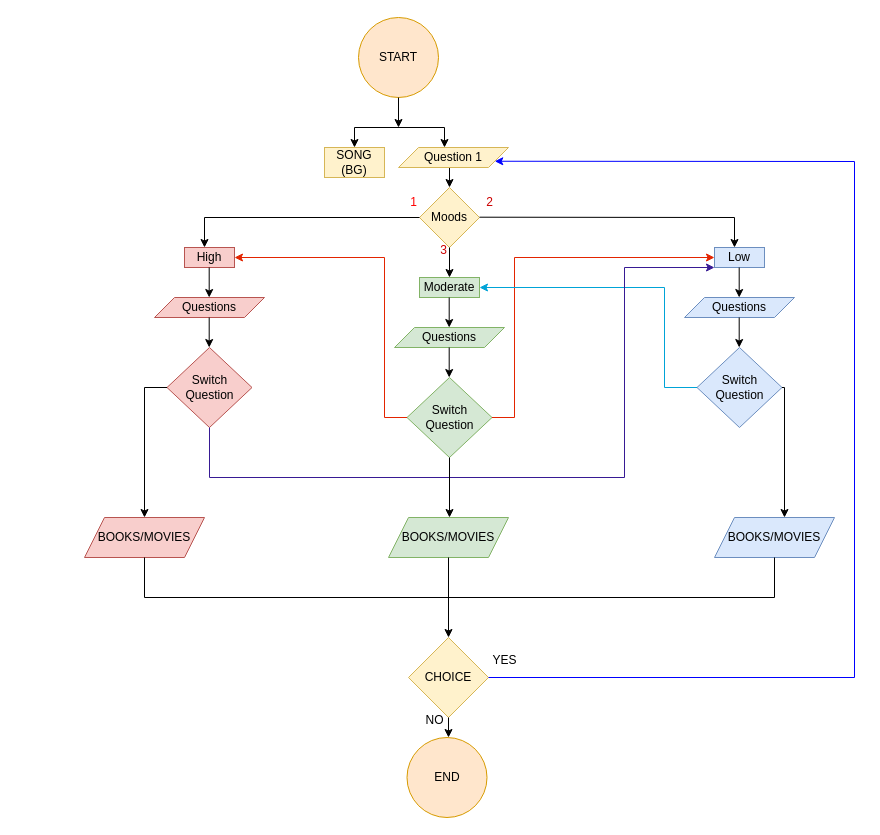
Jeevan-04/Catalyst keeps this draw.io diagram as Untitled Diagram.drawio. Above is the earlier version. Source tidied: cells renumbered, new cells numbered last; positions are measured from the earlier drawing's top-left corner, leaving out a move shared by most shapes. Both pictures are drawn from the tidied source at 100%, with x=0, y=0 at pixel (84, 17).
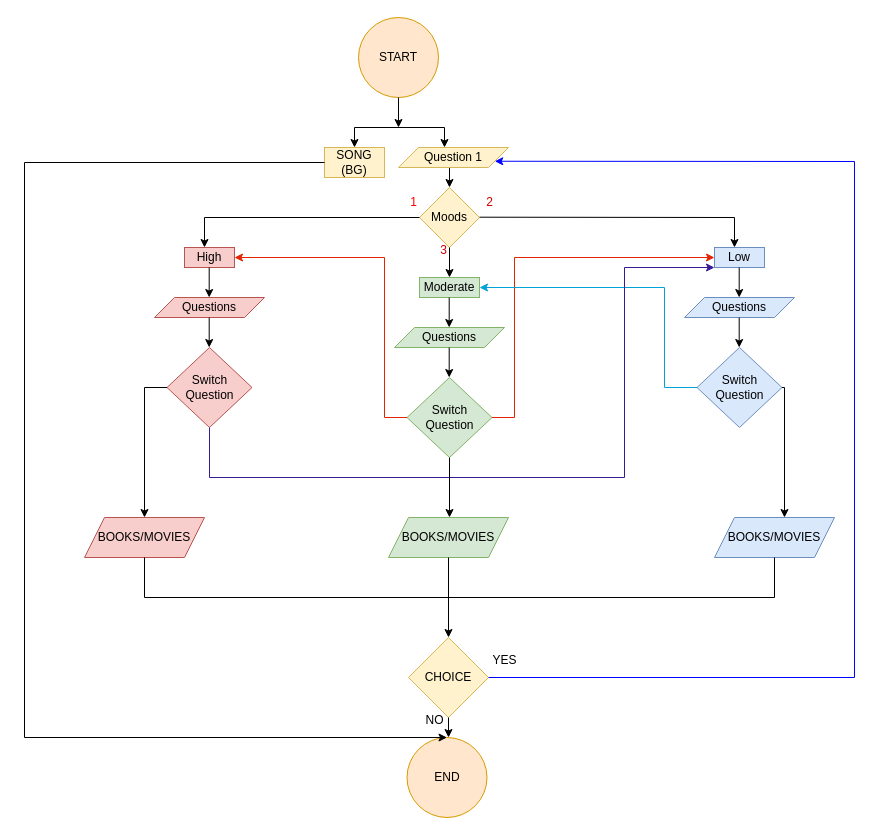
The same page after the edit.

The change refers to these unchanged cells:
```xml
<mxCell id="7" value="SONG (BG)" style="rounded=0;whiteSpace=wrap;html=1;fillColor=#fff2cc;strokeColor=#d6b656;" parent="1" vertex="1">
  <mxGeometry x="240" y="130" width="60" height="30" as="geometry" />
</mxCell>
<mxCell id="46" value="END" style="ellipse;whiteSpace=wrap;html=1;fillColor=#ffe6cc;strokeColor=#d79b00;" parent="1" vertex="1">
  <mxGeometry x="322.5" y="720" width="80" height="80" as="geometry" />
</mxCell>
```

The edit, as a diff of the source:
```diff
@@
+    <mxCell id="52" style="endArrow=classic;html=1;rounded=0;exitX=0;exitY=0.5;exitDx=0;exitDy=0;entryX=0.5;entryY=0;entryDx=0;entryDy=0;" parent="1" edge="1" source="7" target="46">
+      <mxGeometry relative="1" as="geometry">
+        <Array as="points">
+          <mxPoint x="-60" y="145" />
+          <mxPoint x="-60" y="720" />
+        </Array>
+      </mxGeometry>
+    </mxCell>
```
